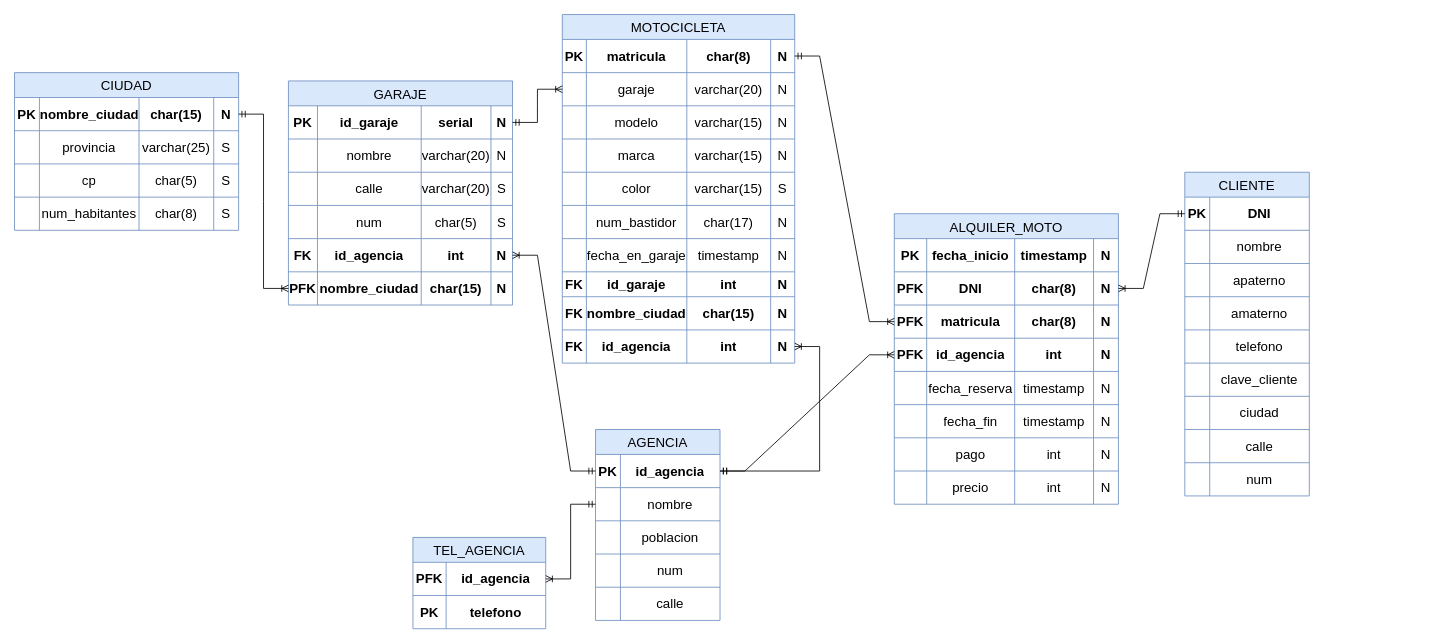
Before: Modelo Fisico Motocicletas TBD.drawio in misiomishi/itcj, a draw.io diagram. Source tidied: cells renumbered, new cells numbered last; positions are measured from the earlier drawing's top-left corner, leaving out a move shared by most shapes. Both pictures are drawn from the tidied source at 83%, with x=0, y=0 at pixel (14, 14).
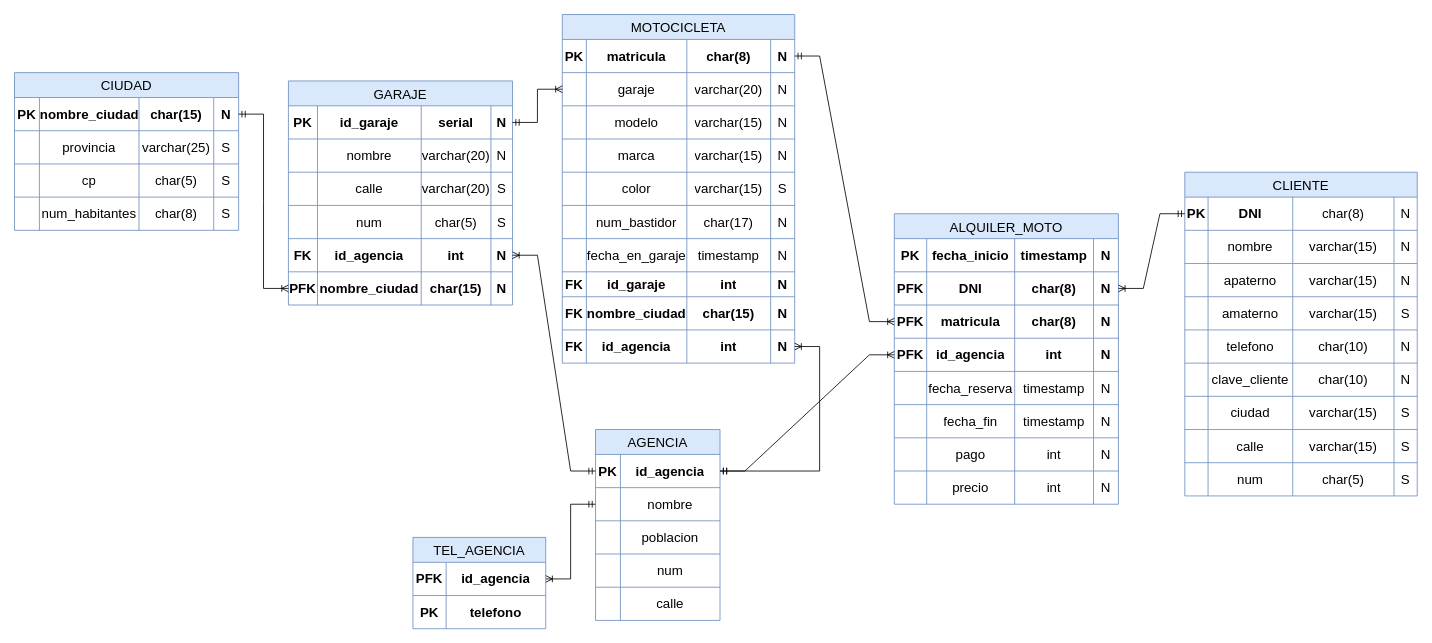
Above is the later version.

Diff of the diagram source:
```diff
@@
     <mxCell id="39" value="CLIENTE" style="shape=table;startSize=30;childLayout=tableLayout;strokeColor=#6c8ebf;fontSize=16;fillColor=#dae8fc;" parent="1" vertex="1">
-      <mxGeometry x="1410" y="190" width="150" height="390" as="geometry" />
+      <mxGeometry x="1410" y="190" width="280" height="390" as="geometry" />
     </mxCell>
     <mxCell id="40" style="shape=tableRow;horizontal=0;startSize=0;swimlaneHead=0;swimlaneBody=0;strokeColor=inherit;top=0;left=0;bottom=0;right=0;fillColor=none;points=[[0,0.5],[1,0.5]];portConstraint=eastwest;fontSize=16;" parent="39" vertex="1">
-      <mxGeometry y="30" width="150" height="40" as="geometry" />
+      <mxGeometry y="30" width="280" height="40" as="geometry" />
     </mxCell>
     <mxCell id="41" value="PK" style="shape=partialRectangle;html=1;whiteSpace=wrap;strokeColor=inherit;overflow=hidden;fillColor=none;top=0;left=0;bottom=0;right=0;fontSize=16;fontStyle=1;" parent="40" vertex="1">
-      <mxGeometry width="30" height="40" as="geometry" />
+      <mxGeometry width="28" height="40" as="geometry" />
     </mxCell>
     <mxCell id="42" value="&lt;b&gt;DNI&lt;/b&gt;" style="shape=partialRectangle;html=1;whiteSpace=wrap;strokeColor=inherit;overflow=hidden;fillColor=none;top=0;left=0;bottom=0;right=0;fontSize=16;" parent="40" vertex="1">
-      <mxGeometry x="30" width="120" height="40" as="geometry" />
+      <mxGeometry x="28" width="102" height="40" as="geometry" />
     </mxCell>
+    <mxCell id="205" value="char(8)" style="shape=partialRectangle;html=1;whiteSpace=wrap;strokeColor=inherit;overflow=hidden;fillColor=none;top=0;left=0;bottom=0;right=0;fontSize=16;" parent="40" vertex="1">
+      <mxGeometry x="130" width="122" height="40" as="geometry" />
+    </mxCell>
+    <mxCell id="206" value="N" style="shape=partialRectangle;html=1;whiteSpace=wrap;strokeColor=inherit;overflow=hidden;fillColor=none;top=0;left=0;bottom=0;right=0;fontSize=16;" parent="40" vertex="1">
+      <mxGeometry x="252" width="28" height="40" as="geometry" />
+    </mxCell>
     <mxCell id="43" style="shape=tableRow;horizontal=0;startSize=0;swimlaneHead=0;swimlaneBody=0;strokeColor=inherit;top=0;left=0;bottom=0;right=0;fillColor=none;fontSize=16;" parent="39" vertex="1">
-      <mxGeometry y="70" width="150" height="40" as="geometry" />
+      <mxGeometry y="70" width="280" height="40" as="geometry" />
     </mxCell>
     <mxCell id="44" style="shape=partialRectangle;html=1;whiteSpace=wrap;strokeColor=inherit;overflow=hidden;fillColor=none;top=0;left=0;bottom=0;right=0;fontSize=16;" parent="43" vertex="1">
-      <mxGeometry width="30" height="40" as="geometry" />
+      <mxGeometry width="28" height="40" as="geometry" />
     </mxCell>
     <mxCell id="45" value="nombre" style="shape=partialRectangle;html=1;whiteSpace=wrap;strokeColor=inherit;overflow=hidden;fillColor=none;top=0;left=0;bottom=0;right=0;fontSize=16;" parent="43" vertex="1">
-      <mxGeometry x="30" width="120" height="40" as="geometry" />
+      <mxGeometry x="28" width="102" height="40" as="geometry" />
     </mxCell>
+    <mxCell id="207" value="varchar(15)" style="shape=partialRectangle;html=1;whiteSpace=wrap;strokeColor=inherit;overflow=hidden;fillColor=none;top=0;left=0;bottom=0;right=0;fontSize=16;" parent="43" vertex="1">
+      <mxGeometry x="130" width="122" height="40" as="geometry" />
+    </mxCell>
+    <mxCell id="208" value="N" style="shape=partialRectangle;html=1;whiteSpace=wrap;strokeColor=inherit;overflow=hidden;fillColor=none;top=0;left=0;bottom=0;right=0;fontSize=16;" parent="43" vertex="1">
+      <mxGeometry x="252" width="28" height="40" as="geometry" />
+    </mxCell>
     <mxCell id="46" style="shape=tableRow;horizontal=0;startSize=0;swimlaneHead=0;swimlaneBody=0;strokeColor=inherit;top=0;left=0;bottom=0;right=0;fillColor=none;fontSize=16;" parent="39" vertex="1">
-      <mxGeometry y="110" width="150" height="40" as="geometry" />
+      <mxGeometry y="110" width="280" height="40" as="geometry" />
     </mxCell>
     <mxCell id="47" style="shape=partialRectangle;html=1;whiteSpace=wrap;strokeColor=inherit;overflow=hidden;fillColor=none;top=0;left=0;bottom=0;right=0;fontSize=16;" parent="46" vertex="1">
-      <mxGeometry width="30" height="40" as="geometry" />
+      <mxGeometry width="28" height="40" as="geometry" />
     </mxCell>
     <mxCell id="48" value="apaterno" style="shape=partialRectangle;html=1;whiteSpace=wrap;strokeColor=inherit;overflow=hidden;fillColor=none;top=0;left=0;bottom=0;right=0;fontSize=16;" parent="46" vertex="1">
-      <mxGeometry x="30" width="120" height="40" as="geometry" />
+      <mxGeometry x="28" width="102" height="40" as="geometry" />
     </mxCell>
+    <mxCell id="209" value="varchar(15)" style="shape=partialRectangle;html=1;whiteSpace=wrap;strokeColor=inherit;overflow=hidden;fillColor=none;top=0;left=0;bottom=0;right=0;fontSize=16;" parent="46" vertex="1">
+      <mxGeometry x="130" width="122" height="40" as="geometry" />
+    </mxCell>
+    <mxCell id="210" value="N" style="shape=partialRectangle;html=1;whiteSpace=wrap;strokeColor=inherit;overflow=hidden;fillColor=none;top=0;left=0;bottom=0;right=0;fontSize=16;" parent="46" vertex="1">
+      <mxGeometry x="252" width="28" height="40" as="geometry" />
+    </mxCell>
     <mxCell id="49" style="shape=tableRow;horizontal=0;startSize=0;swimlaneHead=0;swimlaneBody=0;strokeColor=inherit;top=0;left=0;bottom=0;right=0;fillColor=none;fontSize=16;" parent="39" vertex="1">
-      <mxGeometry y="150" width="150" height="40" as="geometry" />
+      <mxGeometry y="150" width="280" height="40" as="geometry" />
     </mxCell>
     <mxCell id="50" style="shape=partialRectangle;html=1;whiteSpace=wrap;strokeColor=inherit;overflow=hidden;fillColor=none;top=0;left=0;bottom=0;right=0;fontSize=16;" parent="49" vertex="1">
-      <mxGeometry width="30" height="40" as="geometry" />
+      <mxGeometry width="28" height="40" as="geometry" />
     </mxCell>
     <mxCell id="51" value="amaterno" style="shape=partialRectangle;html=1;whiteSpace=wrap;strokeColor=inherit;overflow=hidden;fillColor=none;top=0;left=0;bottom=0;right=0;fontSize=16;" parent="49" vertex="1">
-      <mxGeometry x="30" width="120" height="40" as="geometry" />
+      <mxGeometry x="28" width="102" height="40" as="geometry" />
     </mxCell>
+    <mxCell id="211" value="varchar(15)" style="shape=partialRectangle;html=1;whiteSpace=wrap;strokeColor=inherit;overflow=hidden;fillColor=none;top=0;left=0;bottom=0;right=0;fontSize=16;" parent="49" vertex="1">
+      <mxGeometry x="130" width="122" height="40" as="geometry" />
+    </mxCell>
+    <mxCell id="212" value="S" style="shape=partialRectangle;html=1;whiteSpace=wrap;strokeColor=inherit;overflow=hidden;fillColor=none;top=0;left=0;bottom=0;right=0;fontSize=16;" parent="49" vertex="1">
+      <mxGeometry x="252" width="28" height="40" as="geometry" />
+    </mxCell>
     <mxCell id="52" style="shape=tableRow;horizontal=0;startSize=0;swimlaneHead=0;swimlaneBody=0;strokeColor=inherit;top=0;left=0;bottom=0;right=0;fillColor=none;fontSize=16;" parent="39" vertex="1">
-      <mxGeometry y="190" width="150" height="40" as="geometry" />
+      <mxGeometry y="190" width="280" height="40" as="geometry" />
     </mxCell>
     <mxCell id="53" style="shape=partialRectangle;html=1;whiteSpace=wrap;strokeColor=inherit;overflow=hidden;fillColor=none;top=0;left=0;bottom=0;right=0;fontSize=16;" parent="52" vertex="1">
-      <mxGeometry width="30" height="40" as="geometry" />
+      <mxGeometry width="28" height="40" as="geometry" />
     </mxCell>
     <mxCell id="54" value="telefono" style="shape=partialRectangle;html=1;whiteSpace=wrap;strokeColor=inherit;overflow=hidden;fillColor=none;top=0;left=0;bottom=0;right=0;fontSize=16;" parent="52" vertex="1">
-      <mxGeometry x="30" width="120" height="40" as="geometry" />
+      <mxGeometry x="28" width="102" height="40" as="geometry" />
     </mxCell>
+    <mxCell id="213" value="char(10)" style="shape=partialRectangle;html=1;whiteSpace=wrap;strokeColor=inherit;overflow=hidden;fillColor=none;top=0;left=0;bottom=0;right=0;fontSize=16;" parent="52" vertex="1">
+      <mxGeometry x="130" width="122" height="40" as="geometry" />
+    </mxCell>
+    <mxCell id="214" value="N" style="shape=partialRectangle;html=1;whiteSpace=wrap;strokeColor=inherit;overflow=hidden;fillColor=none;top=0;left=0;bottom=0;right=0;fontSize=16;" parent="52" vertex="1">
+      <mxGeometry x="252" width="28" height="40" as="geometry" />
+    </mxCell>
     <mxCell id="55" style="shape=tableRow;horizontal=0;startSize=0;swimlaneHead=0;swimlaneBody=0;strokeColor=inherit;top=0;left=0;bottom=0;right=0;fillColor=none;fontSize=16;" parent="39" vertex="1">
-      <mxGeometry y="230" width="150" height="40" as="geometry" />
+      <mxGeometry y="230" width="280" height="40" as="geometry" />
     </mxCell>
     <mxCell id="56" style="shape=partialRectangle;html=1;whiteSpace=wrap;strokeColor=inherit;overflow=hidden;fillColor=none;top=0;left=0;bottom=0;right=0;fontSize=16;" parent="55" vertex="1">
-      <mxGeometry width="30" height="40" as="geometry" />
+      <mxGeometry width="28" height="40" as="geometry" />
     </mxCell>
     <mxCell id="57" value="clave_cliente" style="shape=partialRectangle;html=1;whiteSpace=wrap;strokeColor=inherit;overflow=hidden;fillColor=none;top=0;left=0;bottom=0;right=0;fontSize=16;" parent="55" vertex="1">
-      <mxGeometry x="30" width="120" height="40" as="geometry" />
+      <mxGeometry x="28" width="102" height="40" as="geometry" />
     </mxCell>
+    <mxCell id="215" value="char(10)" style="shape=partialRectangle;html=1;whiteSpace=wrap;strokeColor=inherit;overflow=hidden;fillColor=none;top=0;left=0;bottom=0;right=0;fontSize=16;" parent="55" vertex="1">
+      <mxGeometry x="130" width="122" height="40" as="geometry" />
+    </mxCell>
+    <mxCell id="216" value="N" style="shape=partialRectangle;html=1;whiteSpace=wrap;strokeColor=inherit;overflow=hidden;fillColor=none;top=0;left=0;bottom=0;right=0;fontSize=16;" parent="55" vertex="1">
+      <mxGeometry x="252" width="28" height="40" as="geometry" />
+    </mxCell>
     <mxCell id="58" style="shape=tableRow;horizontal=0;startSize=0;swimlaneHead=0;swimlaneBody=0;strokeColor=inherit;top=0;left=0;bottom=0;right=0;fillColor=none;fontSize=16;" parent="39" vertex="1">
-      <mxGeometry y="270" width="150" height="40" as="geometry" />
+      <mxGeometry y="270" width="280" height="40" as="geometry" />
     </mxCell>
     <mxCell id="59" style="shape=partialRectangle;html=1;whiteSpace=wrap;strokeColor=inherit;overflow=hidden;fillColor=none;top=0;left=0;bottom=0;right=0;fontSize=16;" parent="58" vertex="1">
-      <mxGeometry width="30" height="40" as="geometry" />
+      <mxGeometry width="28" height="40" as="geometry" />
     </mxCell>
     <mxCell id="60" value="ciudad" style="shape=partialRectangle;html=1;whiteSpace=wrap;strokeColor=inherit;overflow=hidden;fillColor=none;top=0;left=0;bottom=0;right=0;fontSize=16;" parent="58" vertex="1">
-      <mxGeometry x="30" width="120" height="40" as="geometry" />
+      <mxGeometry x="28" width="102" height="40" as="geometry" />
     </mxCell>
+    <mxCell id="217" value="varchar(15)" style="shape=partialRectangle;html=1;whiteSpace=wrap;strokeColor=inherit;overflow=hidden;fillColor=none;top=0;left=0;bottom=0;right=0;fontSize=16;" parent="58" vertex="1">
+      <mxGeometry x="130" width="122" height="40" as="geometry" />
+    </mxCell>
+    <mxCell id="218" value="S" style="shape=partialRectangle;html=1;whiteSpace=wrap;strokeColor=inherit;overflow=hidden;fillColor=none;top=0;left=0;bottom=0;right=0;fontSize=16;" parent="58" vertex="1">
+      <mxGeometry x="252" width="28" height="40" as="geometry" />
+    </mxCell>
     <mxCell id="61" style="shape=tableRow;horizontal=0;startSize=0;swimlaneHead=0;swimlaneBody=0;strokeColor=inherit;top=0;left=0;bottom=0;right=0;fillColor=none;fontSize=16;" parent="39" vertex="1">
-      <mxGeometry y="310" width="150" height="40" as="geometry" />
+      <mxGeometry y="310" width="280" height="40" as="geometry" />
     </mxCell>
     <mxCell id="62" style="shape=partialRectangle;html=1;whiteSpace=wrap;strokeColor=inherit;overflow=hidden;fillColor=none;top=0;left=0;bottom=0;right=0;fontSize=16;" parent="61" vertex="1">
-      <mxGeometry width="30" height="40" as="geometry" />
+      <mxGeometry width="28" height="40" as="geometry" />
     </mxCell>
     <mxCell id="63" value="calle" style="shape=partialRectangle;html=1;whiteSpace=wrap;strokeColor=inherit;overflow=hidden;fillColor=none;top=0;left=0;bottom=0;right=0;fontSize=16;" parent="61" vertex="1">
-      <mxGeometry x="30" width="120" height="40" as="geometry" />
+      <mxGeometry x="28" width="102" height="40" as="geometry" />
     </mxCell>
+    <mxCell id="219" value="varchar(15)" style="shape=partialRectangle;html=1;whiteSpace=wrap;strokeColor=inherit;overflow=hidden;fillColor=none;top=0;left=0;bottom=0;right=0;fontSize=16;" parent="61" vertex="1">
+      <mxGeometry x="130" width="122" height="40" as="geometry" />
+    </mxCell>
+    <mxCell id="220" value="S" style="shape=partialRectangle;html=1;whiteSpace=wrap;strokeColor=inherit;overflow=hidden;fillColor=none;top=0;left=0;bottom=0;right=0;fontSize=16;" parent="61" vertex="1">
+      <mxGeometry x="252" width="28" height="40" as="geometry" />
+    </mxCell>
     <mxCell id="64" style="shape=tableRow;horizontal=0;startSize=0;swimlaneHead=0;swimlaneBody=0;strokeColor=inherit;top=0;left=0;bottom=0;right=0;fillColor=none;fontSize=16;" parent="39" vertex="1">
-      <mxGeometry y="350" width="150" height="40" as="geometry" />
+      <mxGeometry y="350" width="280" height="40" as="geometry" />
     </mxCell>
     <mxCell id="65" style="shape=partialRectangle;html=1;whiteSpace=wrap;strokeColor=inherit;overflow=hidden;fillColor=none;top=0;left=0;bottom=0;right=0;fontSize=16;" parent="64" vertex="1">
-      <mxGeometry width="30" height="40" as="geometry" />
+      <mxGeometry width="28" height="40" as="geometry" />
     </mxCell>
     <mxCell id="66" value="num" style="shape=partialRectangle;html=1;whiteSpace=wrap;strokeColor=inherit;overflow=hidden;fillColor=none;top=0;left=0;bottom=0;right=0;fontSize=16;" parent="64" vertex="1">
-      <mxGeometry x="30" width="120" height="40" as="geometry" />
+      <mxGeometry x="28" width="102" height="40" as="geometry" />
     </mxCell>
+    <mxCell id="221" value="char(5)" style="shape=partialRectangle;html=1;whiteSpace=wrap;strokeColor=inherit;overflow=hidden;fillColor=none;top=0;left=0;bottom=0;right=0;fontSize=16;" parent="64" vertex="1">
+      <mxGeometry x="130" width="122" height="40" as="geometry" />
+    </mxCell>
+    <mxCell id="222" value="S" style="shape=partialRectangle;html=1;whiteSpace=wrap;strokeColor=inherit;overflow=hidden;fillColor=none;top=0;left=0;bottom=0;right=0;fontSize=16;" parent="64" vertex="1">
+      <mxGeometry x="252" width="28" height="40" as="geometry" />
+    </mxCell>
```
